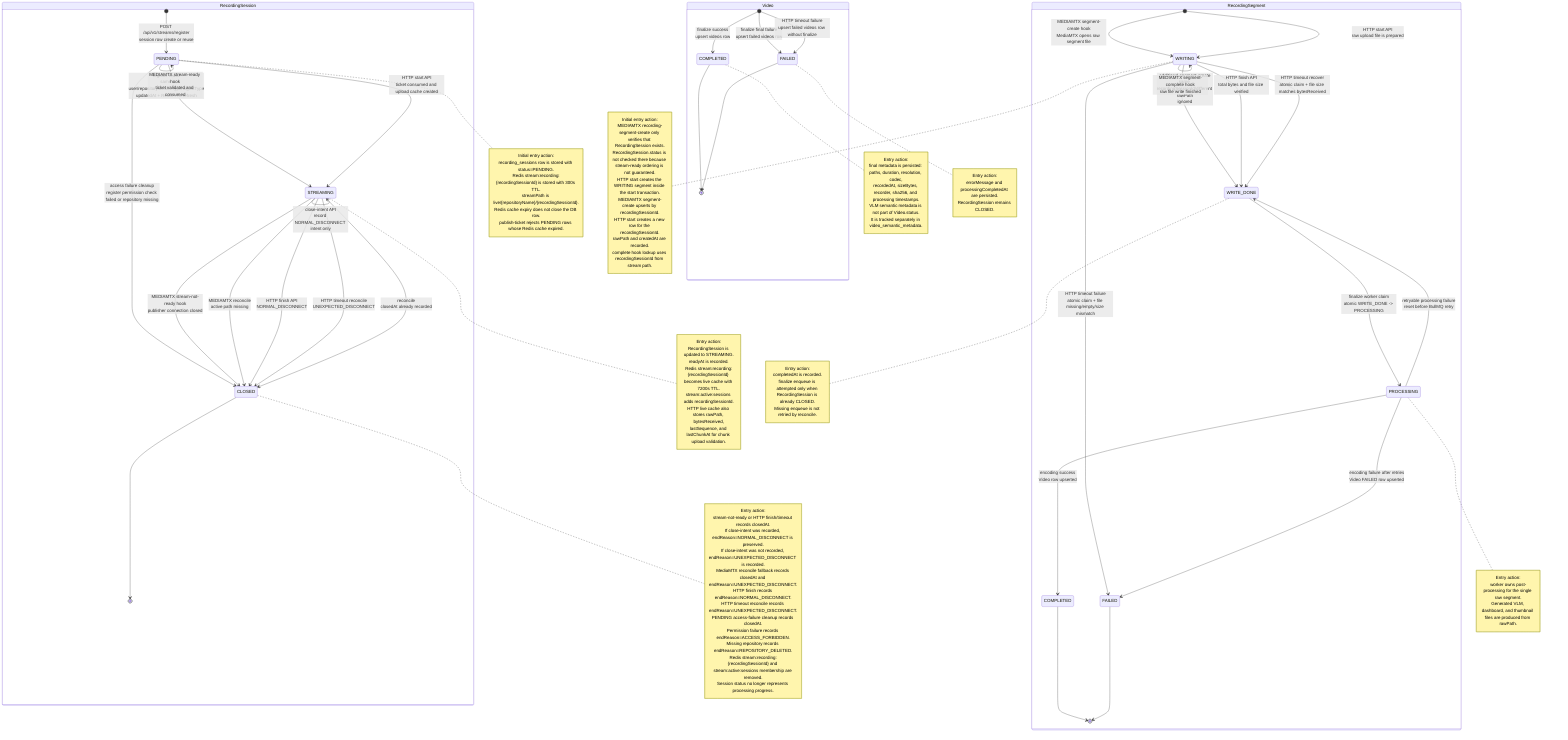
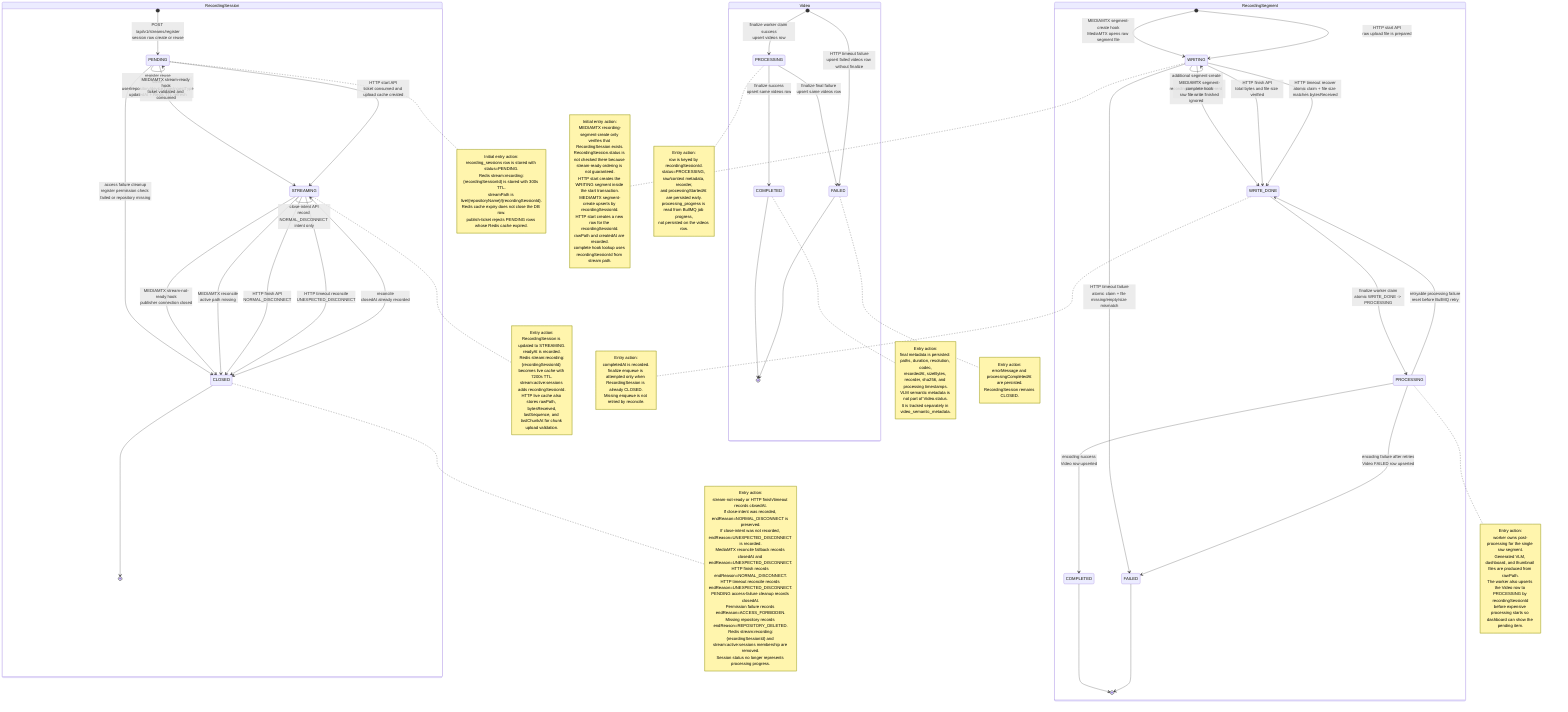
stateDiagram-v2
  state "RecordingSession" as RecordingSession {
    [*] --> RS_PENDING: POST /api/v1/streams/register<br/>session row create or reuse

    state "PENDING" as RS_PENDING
    state "STREAMING" as RS_STREAMING
    state "CLOSED" as RS_CLOSED

    note right of RS_PENDING
      Initial entry action:
      recording_sessions row is stored with status=PENDING.
      Redis stream:recording:{recordingSessionId} is stored with 300s TTL.
      streamPath is live/{repositoryName}/{recordingSessionId}.
      Redis cache expiry does not close the DB row.
      publish-ticket rejects PENDING rows whose Redis cache expired.
    end note

    RS_PENDING --> RS_PENDING: register reuse<br/>same user/repository/deviceType/ingestType<br/>updatedAt + Redis TTL refresh
    RS_PENDING --> RS_STREAMING: MEDIAMTX stream-ready hook<br/>ticket validated and consumed
    RS_PENDING --> RS_STREAMING: HTTP start API<br/>ticket consumed and upload cache created
    RS_PENDING --> RS_CLOSED: access failure cleanup<br/>register permission check failed or repository missing

    note right of RS_STREAMING
      Entry action:
      RecordingSession is updated to STREAMING.
      readyAt is recorded.
      Redis stream:recording:{recordingSessionId} becomes live cache with 7200s TTL.
      stream:active:sessions adds recordingSessionId.
      HTTP live cache also stores rawPath, bytesReceived,
      lastSequence, and lastChunkAt for chunk upload validation.
    end note

    RS_STREAMING --> RS_STREAMING: close-intent API<br/>record NORMAL_DISCONNECT intent only
    RS_STREAMING --> RS_CLOSED: MEDIAMTX stream-not-ready hook<br/>publisher connection closed
    RS_STREAMING --> RS_CLOSED: MEDIAMTX reconcile<br/>active path missing
    RS_STREAMING --> RS_CLOSED: HTTP finish API<br/>NORMAL_DISCONNECT
    RS_STREAMING --> RS_CLOSED: HTTP timeout reconcile<br/>UNEXPECTED_DISCONNECT
    RS_STREAMING --> RS_CLOSED: reconcile<br/>closedAt already recorded

    note right of RS_CLOSED
      Entry action:
      stream-not-ready or HTTP finish/timeout records closedAt.
      If close-intent was recorded, endReason=NORMAL_DISCONNECT is preserved.
      If close-intent was not recorded, endReason=UNEXPECTED_DISCONNECT is recorded.
      MediaMTX reconcile fallback records closedAt and endReason=UNEXPECTED_DISCONNECT.
      HTTP finish records endReason=NORMAL_DISCONNECT.
      HTTP timeout reconcile records endReason=UNEXPECTED_DISCONNECT.
      PENDING access-failure cleanup records closedAt.
      Permission failure records endReason=ACCESS_FORBIDDEN.
      Missing repository records endReason=REPOSITORY_DELETED.
      Redis stream:recording:{recordingSessionId} and stream:active:sessions membership are removed.
      Session status no longer represents processing progress.
    end note

    RS_CLOSED --> [*]
  }

  state "RecordingSegment" as RecordingSegment {
    [*] --> SEG_WRITING: MEDIAMTX segment-create hook<br/>MediaMTX opens raw segment file
    [*] --> SEG_WRITING: HTTP start API<br/>raw upload file is prepared

    state "WRITING" as SEG_WRITING
    state "WRITE_DONE" as SEG_WRITE_DONE
    state "PROCESSING" as SEG_PROCESSING
    state "COMPLETED" as SEG_COMPLETED
    state "FAILED" as SEG_FAILED

    note right of SEG_WRITING
      Initial entry action:
      MEDIAMTX recording-segment-create only verifies that RecordingSession exists.
      RecordingSession.status is not checked there because stream-ready ordering is not guaranteed.
      HTTP start creates the WRITING segment inside the start transaction.
      MEDIAMTX segment-create upserts by recordingSessionId.
      HTTP start creates a new row for the recordingSessionId.
      rawPath and createdAt are recorded.
      complete hook lookup uses recordingSessionId from stream path.
    end note

    SEG_WRITING --> SEG_WRITING: duplicate segment-create<br/>same recordingSessionId/rawPath<br/>upsert no-op update
    SEG_WRITING --> SEG_WRITING: additional segment-create<br/>same recordingSessionId/different rawPath<br/>ignored
    SEG_WRITING --> SEG_WRITE_DONE: MEDIAMTX segment-complete hook<br/>raw file write finished
    SEG_WRITING --> SEG_WRITE_DONE: HTTP finish API<br/>total bytes and file size verified
    SEG_WRITING --> SEG_WRITE_DONE: HTTP timeout recover<br/>atomic claim + file size matches bytesReceived
    SEG_WRITING --> SEG_FAILED: HTTP timeout failure<br/>atomic claim + file missing/empty/size mismatch
    SEG_WRITE_DONE --> SEG_PROCESSING: finalize worker claim<br/>atomic WRITE_DONE -> PROCESSING
    SEG_PROCESSING --> SEG_WRITE_DONE: retryable processing failure<br/>reset before BullMQ retry
    SEG_PROCESSING --> SEG_COMPLETED: encoding success<br/>Video row upserted
    SEG_PROCESSING --> SEG_FAILED: encoding failure after retries<br/>Video FAILED row upserted

    note right of SEG_WRITE_DONE
      Entry action:
      completedAt is recorded.
      finalize enqueue is attempted only when RecordingSession is already CLOSED.
      Missing enqueue is not retried by reconcile.
    end note

    note right of SEG_PROCESSING
      Entry action:
      worker owns post-processing for the single raw segment.
      Generated VLM, dashboard, and thumbnail files are produced from rawPath.
+       The worker also upserts the Video row to PROCESSING by recordingSessionId
+       before expensive processing starts so dashboard can show the pending item.
    end note

    SEG_COMPLETED --> [*]
    SEG_FAILED --> [*]
  }

  state "Video" as Video {
-     [*] --> VIDEO_COMPLETED: finalize success<br/>upsert videos row
-     [*] --> VIDEO_FAILED: finalize final failure<br/>upsert failed videos row
+     [*] --> VIDEO_PROCESSING: finalize worker claim success<br/>upsert videos row
+     VIDEO_PROCESSING --> VIDEO_COMPLETED: finalize success<br/>upsert same videos row
+     VIDEO_PROCESSING --> VIDEO_FAILED: finalize final failure<br/>upsert same videos row
    [*] --> VIDEO_FAILED: HTTP timeout failure<br/>upsert failed videos row without finalize

+     state "PROCESSING" as VIDEO_PROCESSING
    state "COMPLETED" as VIDEO_COMPLETED
    state "FAILED" as VIDEO_FAILED
+ 
+     note right of VIDEO_PROCESSING
+       Entry action:
+       row is keyed by recordingSessionId.
+       status=PROCESSING, raw/context metadata, recorder,
+       and processingStartedAt are persisted early.
+       processing_progress is read from BullMQ job progress,
+       not persisted on the videos row.
+     end note

    note right of VIDEO_COMPLETED
      Entry action:
      final metadata is persisted: paths, duration, resolution, codec,
      recordedAt, sizeBytes, recorder, sha256, and processing timestamps.
      VLM semantic metadata is not part of Video.status.
      It is tracked separately in video_semantic_metadata.
    end note

    note right of VIDEO_FAILED
      Entry action:
      errorMessage and processingCompletedAt are persisted.
      RecordingSession remains CLOSED.
    end note

    VIDEO_COMPLETED --> [*]
    VIDEO_FAILED --> [*]
  }

%% 참고:
%% RecordingSession.status는 streaming session 자체의 lifecycle만 표현한다.
%% 최초 PENDING 진입은 register API가 담당한다.
%% MEDIAMTX STREAMING 진입은 stream-ready hook이 담당하고, HTTP STREAMING 진입은 HTTP start API가 담당한다.
%% App 변경 필요:
%% App 종료 버튼은 legacy Stop API를 호출하지 않고
%% POST /api/v1/recordings/{recordingSessionId}/close-intent 를 먼저 호출한다.
%% body는 { "reason": "NORMAL_DISCONNECT" } 이며, 200 OK 이후 RTMP publisher socket을 정상 close한다.
%% close-intent는 RecordingSession.status를 바꾸지 않는 STREAMING self-loop이다.
%% publisher connection 종료는 stream-not-ready hook 또는 reconcile이 CLOSED로 반영한다.
%% MediaMTX stream-not-ready hook payload만으로 정상 close와 crash/reset을 완벽히 구분할 수는 없다.
%% HTTP ingest는 close-intent를 사용하지 않고 finish API 또는 timeout reconcile로 CLOSED 전환한다.
%% HTTP timeout reconcile은 RecordingSession=STREAMING 및 RecordingSegment=WRITING 상태를
%% DB transaction에서 claim한 경우에만 WRITE_DONE/FAILED 전환과 후속 cleanup을 수행한다.
%% finish 또는 다른 reconcile이 먼저 상태를 가져가 claim에 실패하면 no-op 처리한다.
%% HTTP timeout에서 raw file이 정상 복구 가능하면 WRITE_DONE으로 finalize를 시도하고,
%% file missing/empty/size mismatch이면 RecordingSegment=FAILED 및 Video=FAILED를 직접 기록한다.
%% recording session 하나는 RecordingSegment 하나만 가진다.
%% MEDIAMTX 최초 segment 진입은 segment-create hook의 WRITING row 생성이고,
%% HTTP 최초 segment 진입은 HTTP start API의 WRITING row 생성이다.
%% segment-create는 RecordingSession 존재만 확인하고, session status는 검증하지 않는다.
%% segment-complete는 누락된 segment를 복구 생성하지 않고, 기존 단일 RecordingSegment만 WRITE_DONE으로 확정한 뒤 enqueue를 시도한다.
%% segment-complete hook이 누락되면 WRITING segment는 자동으로 WRITE_DONE/FAILED로 보정하지 않는다.
%% RecordingSegment.status가 raw segment write와 후처리 상태를 표현한다.
- %% Video row는 finalize가 성공하거나 최종 실패했을 때 recording_session_id unique key 기준으로 upsert된다.
+ %% Video row는 finalize worker가 PROCESSING을 시작할 때 먼저 생성/갱신된다.
+ %% 같은 recording_session_id unique key row가 성공 시 COMPLETED, 최종 실패 시 FAILED로 upsert된다.
